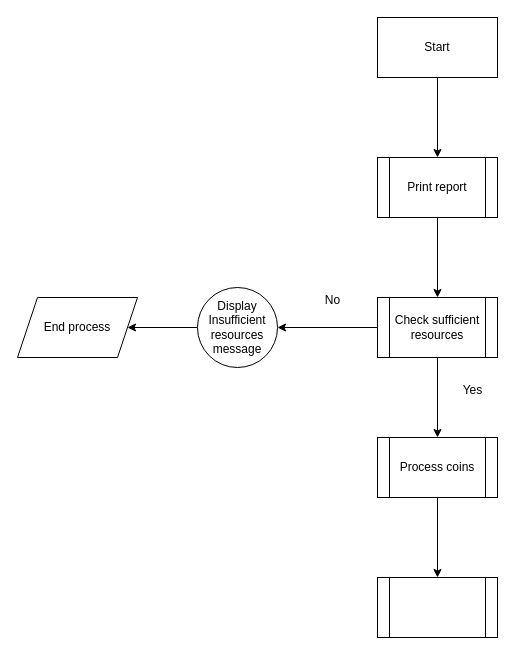
Earlier version of the draw.io diagram oop_coffee_machine.drawio (Matasem-h/new_flowcharts). Source tidied: cells renumbered, new cells numbered last; positions are measured from the earlier drawing's top-left corner, leaving out a move shared by most shapes. Both pictures are drawn from the tidied source at 100%, with x=0, y=0 at pixel (17, 17).
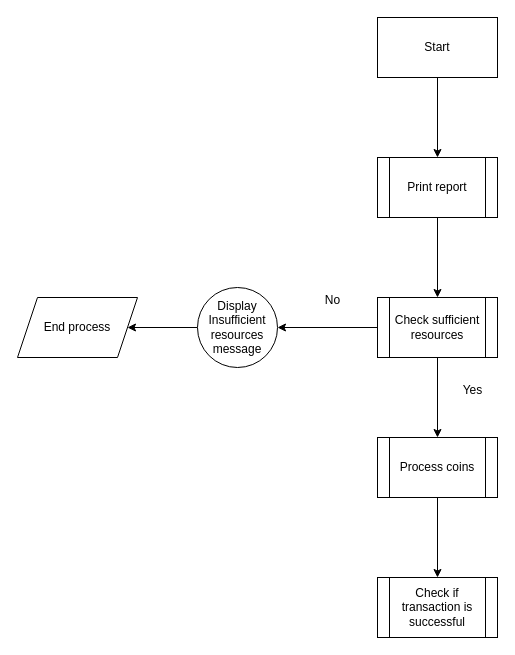
Above is the later version.

Change to the diagram source:
```diff
@@
 <mxGraphModel>
   <root>
     <mxCell id="0" />
     <mxCell id="1" parent="0" />
     <mxCell id="2" style="edgeStyle=orthogonalEdgeStyle;rounded=0;jettySize=auto;html=1;" parent="1" edge="1" source="3" target="5">
       <mxGeometry relative="1" as="geometry" />
     </mxCell>
     <mxCell id="3" value="Start" style="rounded=0;whiteSpace=wrap;html=1;" parent="1" vertex="1">
       <mxGeometry x="360" width="120" height="60" as="geometry" />
     </mxCell>
     <mxCell id="4" style="edgeStyle=orthogonalEdgeStyle;rounded=0;jettySize=auto;html=1;" parent="1" edge="1" source="5" target="8">
       <mxGeometry relative="1" as="geometry" />
     </mxCell>
     <mxCell id="5" value="Print report" style="shape=process;whiteSpace=wrap;html=1;backgroundOutline=1;rounded=0;" parent="1" vertex="1">
       <mxGeometry x="360" y="140" width="120" height="60" as="geometry" />
     </mxCell>
     <mxCell id="6" style="edgeStyle=orthogonalEdgeStyle;rounded=0;jettySize=auto;html=1;" parent="1" edge="1" source="8" target="10">
       <mxGeometry relative="1" as="geometry" />
     </mxCell>
     <mxCell id="7" style="edgeStyle=orthogonalEdgeStyle;rounded=0;jettySize=auto;html=1;" parent="1" edge="1" source="8" target="14">
       <mxGeometry relative="1" as="geometry" />
     </mxCell>
     <mxCell id="8" value="Check sufficient resources" style="shape=process;whiteSpace=wrap;html=1;backgroundOutline=1;rounded=0;" parent="1" vertex="1">
       <mxGeometry x="360" y="280" width="120" height="60" as="geometry" />
     </mxCell>
     <mxCell id="9" style="edgeStyle=orthogonalEdgeStyle;rounded=0;jettySize=auto;html=1;" parent="1" edge="1" source="10" target="11">
       <mxGeometry relative="1" as="geometry" />
     </mxCell>
     <mxCell id="10" value="Process coins" style="shape=process;whiteSpace=wrap;html=1;backgroundOutline=1;rounded=0;" parent="1" vertex="1">
       <mxGeometry x="360" y="420" width="120" height="60" as="geometry" />
     </mxCell>
-    <mxCell id="11" style="shape=process;whiteSpace=wrap;html=1;backgroundOutline=1;rounded=0;" parent="1" vertex="1">
+    <mxCell id="11" value="Check if transaction is successful" style="shape=process;whiteSpace=wrap;html=1;backgroundOutline=1;rounded=0;" parent="1" vertex="1">
       <mxGeometry x="360" y="560" width="120" height="60" as="geometry" />
     </mxCell>
     <mxCell id="12" value="Yes" style="text;html=1;align=center;verticalAlign=middle;strokeColor=none;fillColor=none;" parent="1" vertex="1">
       <mxGeometry x="435" y="358" width="40" height="30" as="geometry" />
     </mxCell>
     <mxCell id="13" style="edgeStyle=orthogonalEdgeStyle;rounded=0;jettySize=auto;html=1;" parent="1" edge="1" source="14" target="15">
       <mxGeometry relative="1" as="geometry" />
     </mxCell>
     <mxCell id="14" value="Display&lt;br&gt;Insufficient resources message" style="ellipse;whiteSpace=wrap;html=1;rounded=0;" parent="1" vertex="1">
       <mxGeometry x="180" y="270" width="80" height="80" as="geometry" />
     </mxCell>
     <mxCell id="15" value="End process" style="shape=parallelogram;perimeter=parallelogramPerimeter;whiteSpace=wrap;html=1;fixedSize=1;rounded=0;" parent="1" vertex="1">
       <mxGeometry y="280" width="120" height="60" as="geometry" />
     </mxCell>
     <mxCell id="16" value="No" style="text;html=1;align=center;verticalAlign=middle;strokeColor=none;fillColor=none;" parent="1" vertex="1">
       <mxGeometry x="295" y="268" width="40" height="30" as="geometry" />
     </mxCell>
   </root>
 </mxGraphModel>
```
